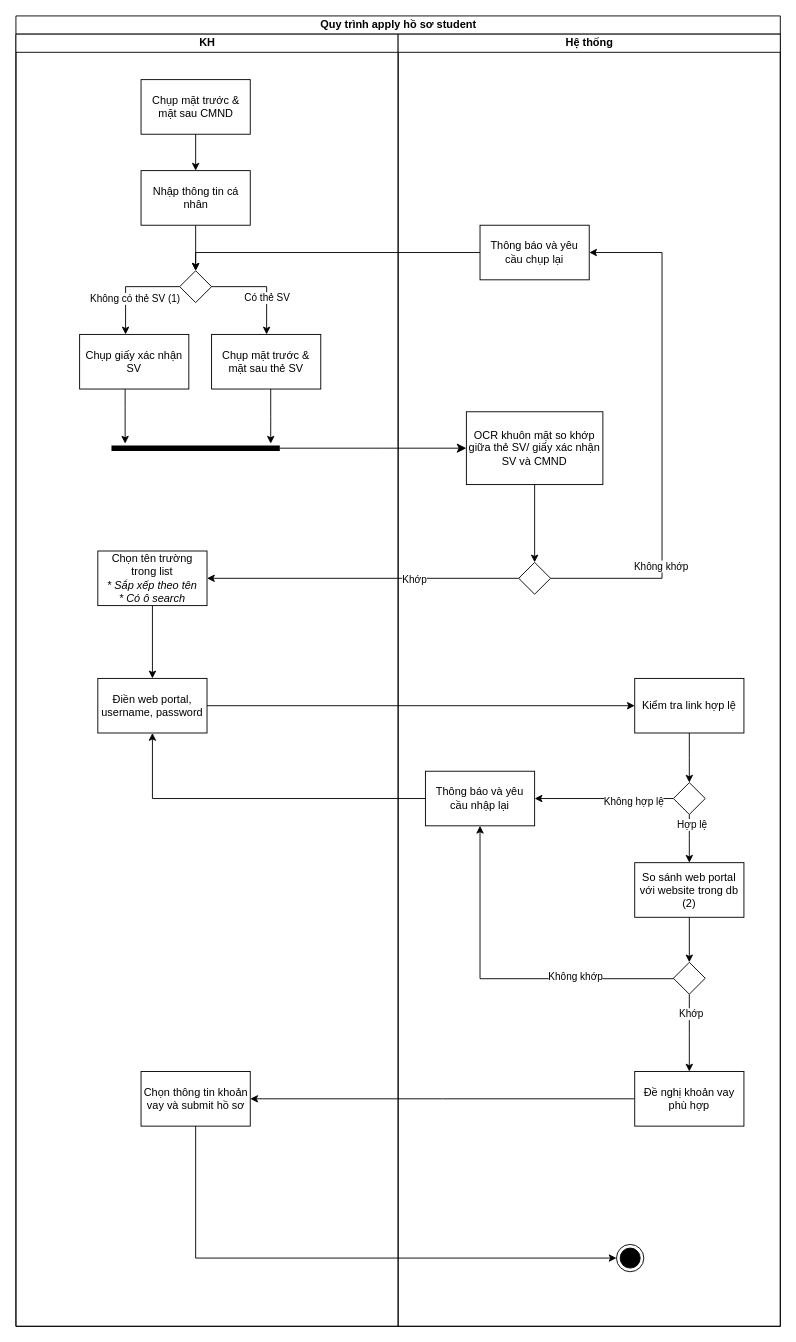
allyvan1314/Note keeps this draw.io diagram as Student.drawio. Above is the earlier version. Source tidied: cells renumbered, new cells numbered last; positions are measured from the earlier drawing's top-left corner, leaving out a move shared by most shapes. Both pictures are drawn from the tidied source at 91%, with x=0, y=0 at pixel (15, 15).
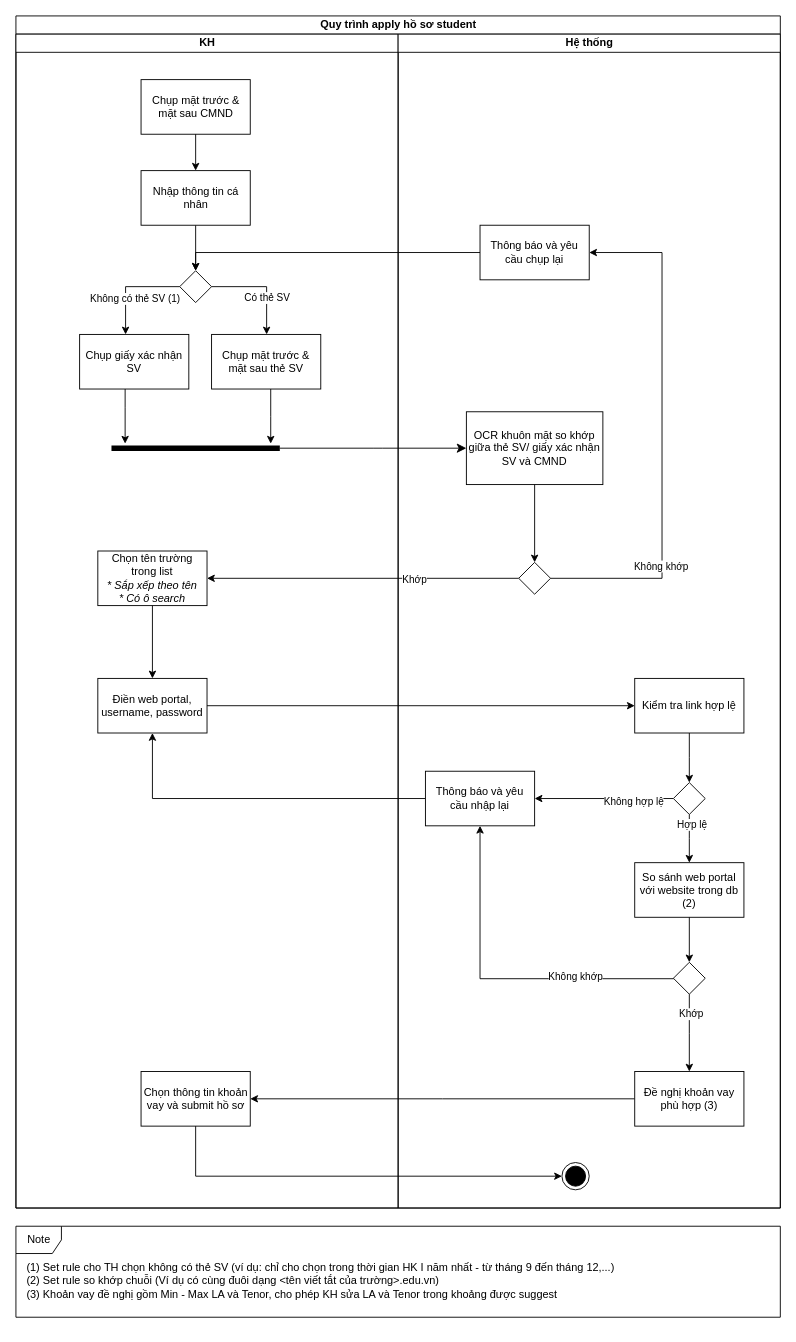
Above is the later version.

The change refers to these unchanged cells:
```xml
<mxCell id="18" value="Chọn thông tin khoản vay và submit hồ sơ" style="whiteSpace=wrap;html=1;rounded=0;" parent="5" vertex="1">
  <mxGeometry x="137.5" y="1140" width="120" height="60" as="geometry" />
</mxCell>
```

What changed in the source:
```diff
@@
     <mxCell id="2" value="Quy trình apply hồ sơ student" style="swimlane;html=1;startSize=20;" parent="1" vertex="1">
-      <mxGeometry width="840" height="1440" as="geometry" />
+      <mxGeometry width="840" height="1310" as="geometry" />
     </mxCell>
@@
     <mxCell id="5" value="KH" style="swimlane;html=1;startSize=20;" parent="2" vertex="1">
-      <mxGeometry y="20" width="420" height="1420" as="geometry" />
+      <mxGeometry y="20" width="420" height="1290" as="geometry" />
     </mxCell>
@@
     <mxCell id="27" style="edgeStyle=elbowEdgeStyle;rounded=0;jettySize=auto;elbow=vertical;html=1;endArrow=classic;endFill=1;strokeColor=#000000;" parent="2" edge="1" source="18" target="53">
       <mxGeometry relative="1" as="geometry">
         <Array as="points">
+          <mxPoint x="440" y="1275" />
           <mxPoint x="550" y="1365" />
         </Array>
       </mxGeometry>
     </mxCell>
@@
     <mxCell id="30" value="Hệ thống" style="swimlane;html=1;startSize=20;" parent="2" vertex="1">
-      <mxGeometry x="420" y="20" width="420" height="1420" as="geometry" />
+      <mxGeometry x="420" y="20" width="420" height="1290" as="geometry" />
     </mxCell>
@@
-    <mxCell id="42" value="Đề nghị khoản vay phù hợp" style="whiteSpace=wrap;html=1;rounded=0;" parent="30" vertex="1">
+    <mxCell id="42" value="Đề nghị khoản vay phù hợp (3)" style="whiteSpace=wrap;html=1;rounded=0;" parent="30" vertex="1">
       <mxGeometry x="260" y="1140" width="120" height="60" as="geometry" />
     </mxCell>
@@
     <mxCell id="53" style="ellipse;html=1;shape=endState;fillColor=#000000;strokeColor=#000000;rounded=0;" parent="30" vertex="1">
-      <mxGeometry x="240" y="1330" width="30" height="30" as="geometry" />
+      <mxGeometry x="180" y="1240" width="30" height="30" as="geometry" />
     </mxCell>
+    <mxCell id="54" value="Note" style="shape=umlFrame;tabPosition=left;html=1;boundedLbl=1;labelInHeader=1;width=50;height=30;rounded=0;strokeColor=#000000;" parent="1" vertex="1">
+      <mxGeometry y="1330" width="840" height="100" as="geometry" />
+    </mxCell>
+    <mxCell id="55" value="(1) Set rule cho TH chọn không có thẻ SV (ví dụ: chỉ cho chọn trong thời gian HK I năm nhất - từ tháng 9 đến tháng 12,...)&lt;br&gt;(2) Set rule so khớp chuỗi (Ví dụ có cùng đuôi dạng &amp;lt;tên viết tắt của trường&amp;gt;.edu.vn)&lt;br&gt;(3) Khoản vay đề nghị gồm Min - Max LA và Tenor, cho phép KH sửa LA và Tenor trong khoảng được suggest" style="text;html=1;strokeColor=none;fillColor=none;align=left;verticalAlign=middle;whiteSpace=wrap;rounded=0;" parent="1" vertex="1">
+      <mxGeometry x="10" y="1360" width="810" height="60" as="geometry" />
+    </mxCell>
```
